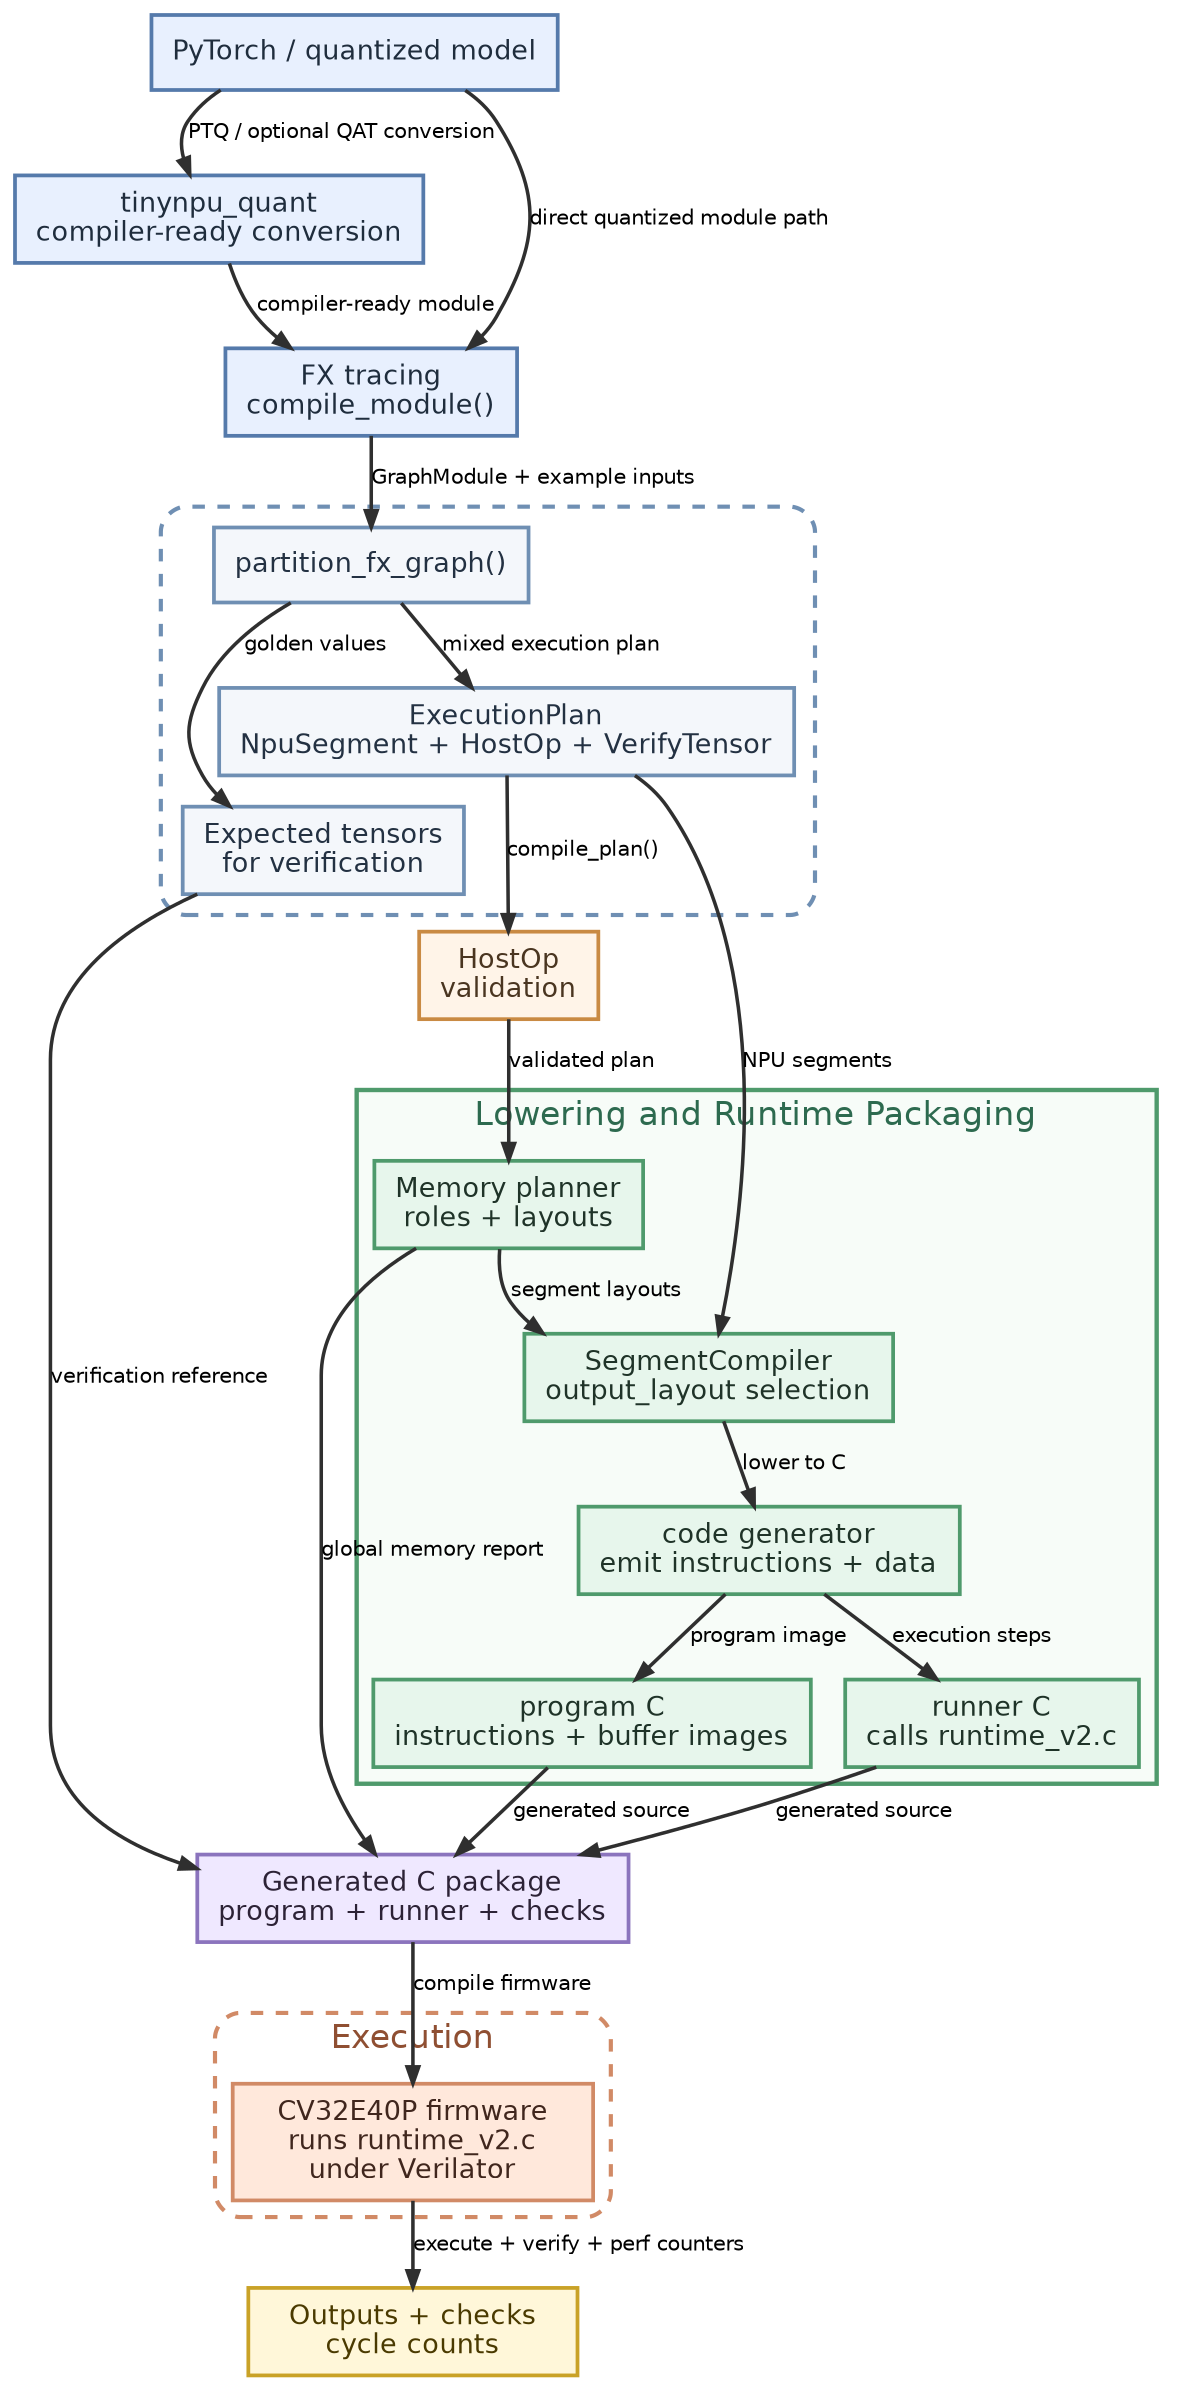
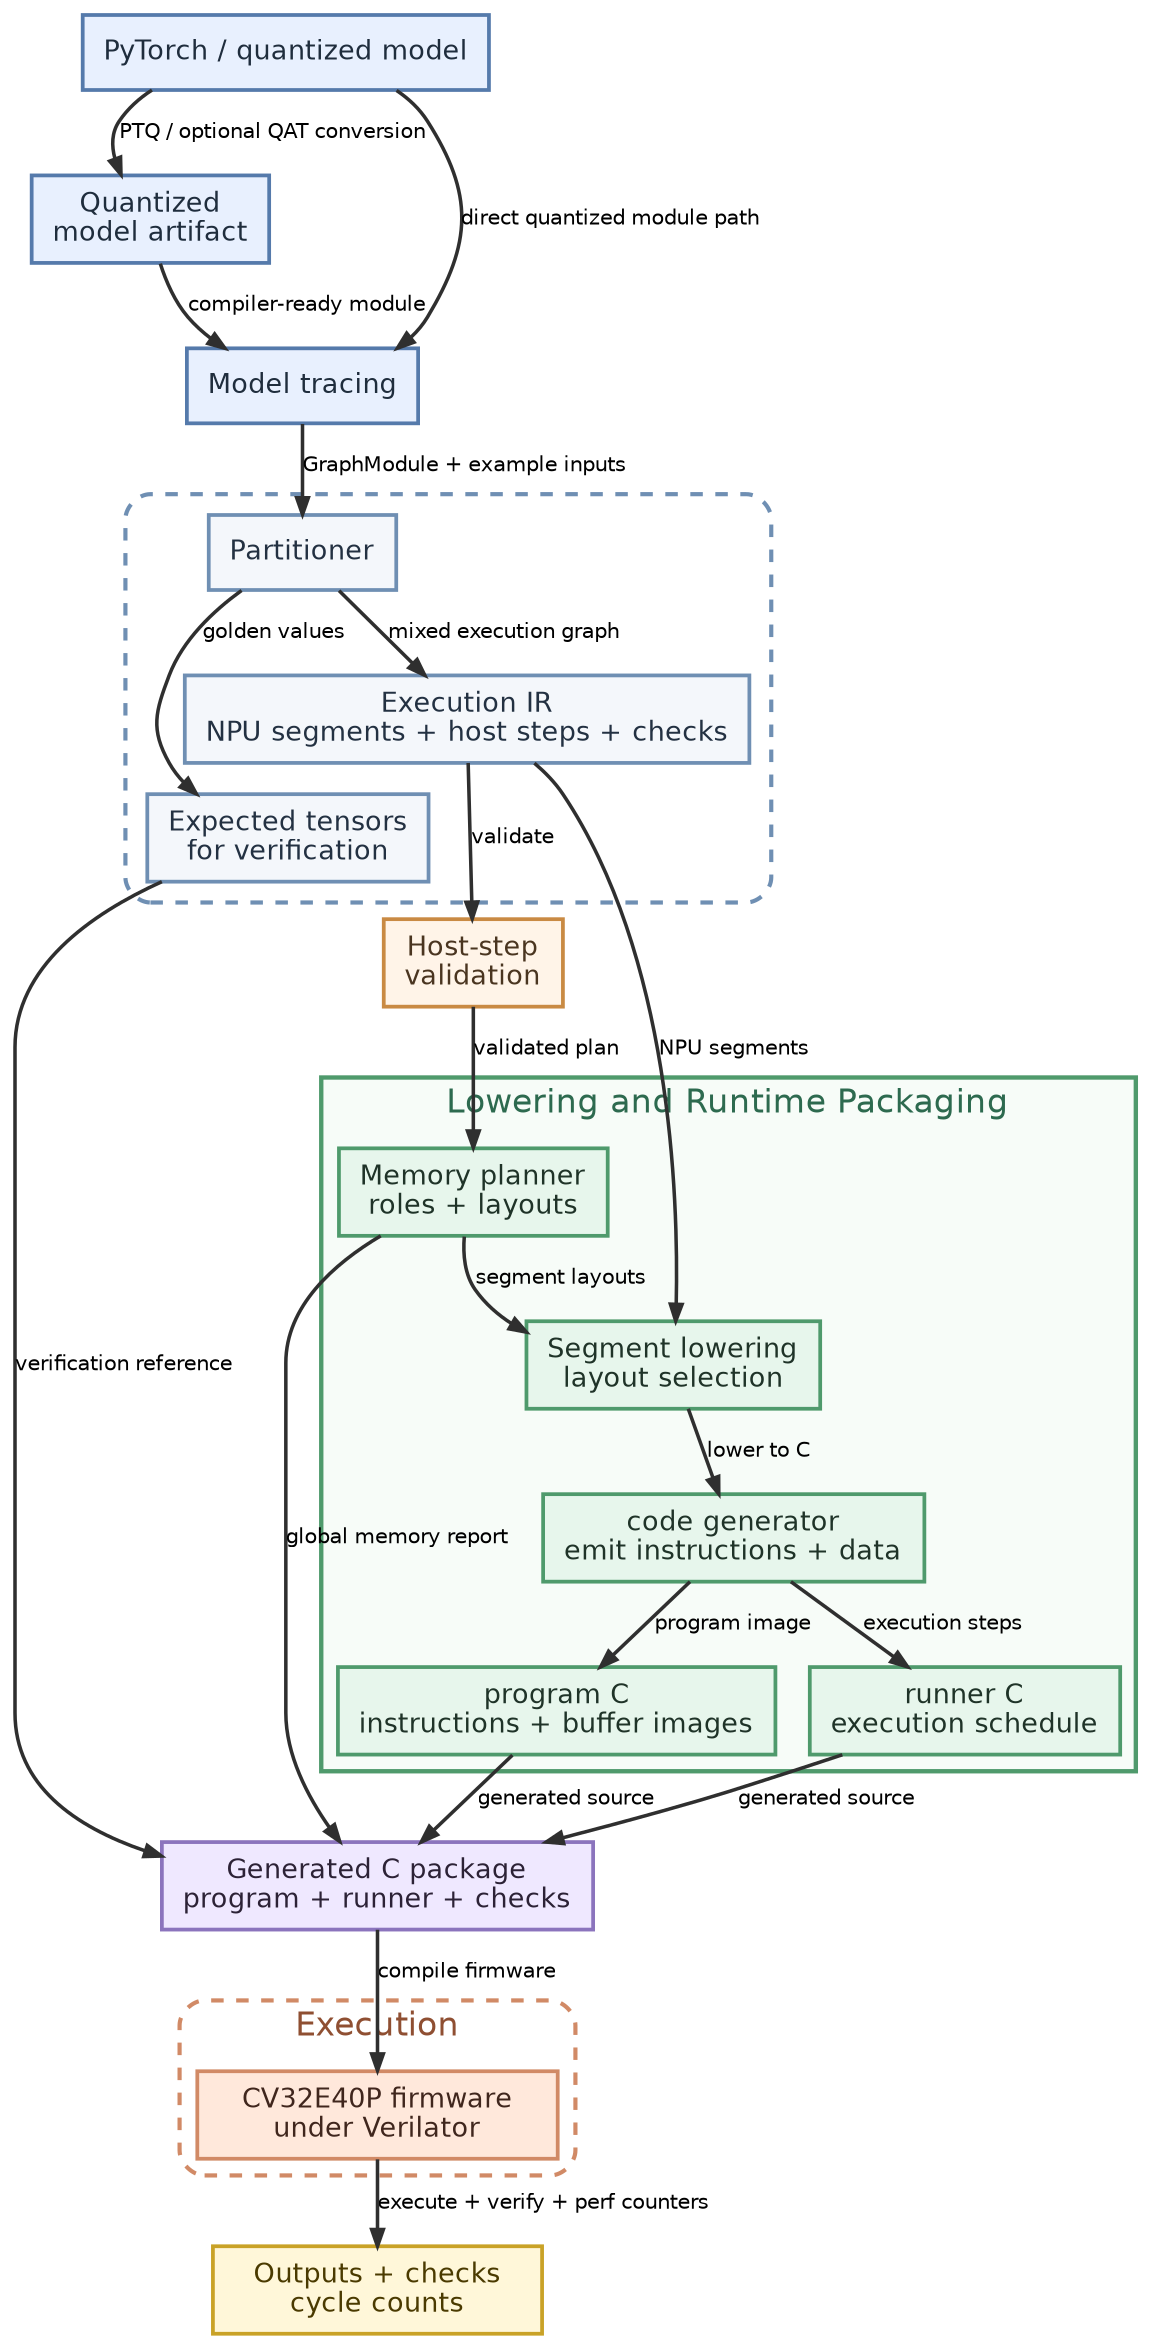
digraph TinyNPUCompilerStack {
    graph [
        rankdir=TB,
        newrank=true,
        splines=true,
        pad=0.1,
        nodesep=0.22,
        ranksep=0.4,
        bgcolor="white",
        fontname="Helvetica",
        fontsize=18
    ];

    node [
        shape=box,
        style="filled",
        fontname="Helvetica",
        fontsize=13,
        penwidth=1.8,
        margin="0.14,0.10"
    ];

    edge [
        fontname="Helvetica",
        fontsize=10,
        color="#2f2f2f",
        penwidth=1.7,
        arrowsize=0.8
    ];

    Model [label="PyTorch / quantized model", fillcolor="#E8F0FE", color="#557AAB", fontcolor="#1f2d3d"];
-     Quant [label="tinynpu_quant\ncompiler-ready conversion", fillcolor="#E8F0FE", color="#557AAB", fontcolor="#1f2d3d"];
-     FX [label="FX tracing\ncompile_module()", fillcolor="#E8F0FE", color="#557AAB", fontcolor="#1f2d3d"];
+     Quant [label="Quantized\nmodel artifact", fillcolor="#E8F0FE", color="#557AAB", fontcolor="#1f2d3d"];
+     FX [label="Model tracing", fillcolor="#E8F0FE", color="#557AAB", fontcolor="#1f2d3d"];

    subgraph cluster_partition {
        label="";
        color="#6F8FB3";
        penwidth=2.0;
        style="rounded,dashed";
        fillcolor="white";
        fontcolor="#355C7D";
        fontsize=16;
        margin="10,12";

-         Partition [label="partition_fx_graph()", fillcolor="#F4F7FB", color="#6F8FB3", fontcolor="#233142"];
-         Plan [label="ExecutionPlan\nNpuSegment + HostOp + VerifyTensor", fillcolor="#F4F7FB", color="#6F8FB3", fontcolor="#233142", width=2.7];
+         Partition [label="Partitioner", fillcolor="#F4F7FB", color="#6F8FB3", fontcolor="#233142"];
+         Plan [label="Execution IR\nNPU segments + host steps + checks", fillcolor="#F4F7FB", color="#6F8FB3", fontcolor="#233142", width=2.9];
        Expected [label="Expected tensors\nfor verification", fillcolor="#F4F7FB", color="#6F8FB3", fontcolor="#233142"];
    }

-     Validate [label="HostOp\nvalidation", fillcolor="#FFF4E8", color="#C98A43", fontcolor="#4A3520"];
+     Validate [label="Host-step\nvalidation", fillcolor="#FFF4E8", color="#C98A43", fontcolor="#4A3520"];

    subgraph cluster_lowering {
        label="Lowering and Runtime Packaging";
        color="#4F9A6C";
        penwidth=2.1;
        style="filled";
        fillcolor="#F7FCF8";
        fontcolor="#2D6A4F";
        fontsize=16;

        Planner [label="Memory planner\nroles + layouts", fillcolor="#E7F6EC", color="#4F9A6C", fontcolor="#1f3328"];
-         Compiler [label="SegmentCompiler\noutput_layout selection", fillcolor="#E7F6EC", color="#4F9A6C", fontcolor="#1f3328"];
+         Compiler [label="Segment lowering\nlayout selection", fillcolor="#E7F6EC", color="#4F9A6C", fontcolor="#1f3328"];
        Program [label="code generator\nemit instructions + data", fillcolor="#E7F6EC", color="#4F9A6C", fontcolor="#1f3328", width=2.4];
        Segment [label="program C\ninstructions + buffer images", fillcolor="#E7F6EC", color="#4F9A6C", fontcolor="#1f3328", width=2.5];
-         Runner [label="runner C\ncalls runtime_v2.c", fillcolor="#E7F6EC", color="#4F9A6C", fontcolor="#1f3328"];
+         Runner [label="runner C\nexecution schedule", fillcolor="#E7F6EC", color="#4F9A6C", fontcolor="#1f3328"];
    }

    Artifact [label="Generated C package\nprogram + runner + checks", fillcolor="#EFE8FF", color="#8B74BD", fontcolor="#2C2236", width=2.6];

    subgraph cluster_runtime {
        label="Execution";
        color="#D18A66";
        penwidth=2.0;
        style="rounded,dashed";
        fillcolor="white";
        fontcolor="#8F4F32";
        fontsize=16;

-         SimExec [label="CV32E40P firmware\nruns runtime_v2.c\nunder Verilator", fillcolor="#FFE8DB", color="#D18A66", fontcolor="#40261d", width=2.4];
+         SimExec [label="CV32E40P firmware\nunder Verilator", fillcolor="#FFE8DB", color="#D18A66", fontcolor="#40261d", width=2.4];
    }

    Result [label="Outputs + checks\ncycle counts", fillcolor="#FFF7D9", color="#C9A227", fontcolor="#4A3A00", width=2.2];

    Model -> Quant [label="PTQ / optional QAT conversion"];
    Quant -> FX [label="compiler-ready module"];
    Model -> FX [label="direct quantized module path"];

    FX -> Partition [label="GraphModule + example inputs"];
-     Partition -> Plan [label="mixed execution plan"];
+     Partition -> Plan [label="mixed execution graph"];
    Partition -> Expected [label="golden values"];

-     Plan -> Validate [label="compile_plan()"];
+     Plan -> Validate [label="validate"];
    Validate -> Planner [label="validated plan"];
    Planner -> Compiler [label="segment layouts"];
    Plan -> Compiler [label="NPU segments"];
    Compiler -> Program [label="lower to C"];
    Program -> Segment [label="program image"];
    Program -> Runner [label="execution steps"];
    Segment -> Artifact [label="generated source"];
    Runner -> Artifact [label="generated source"];
    Expected -> Artifact [label="verification reference"];
    Planner -> Artifact [label="global memory report"];

    Artifact -> SimExec [label="compile firmware"];
    SimExec -> Result [label="execute + verify + perf counters"];
}
